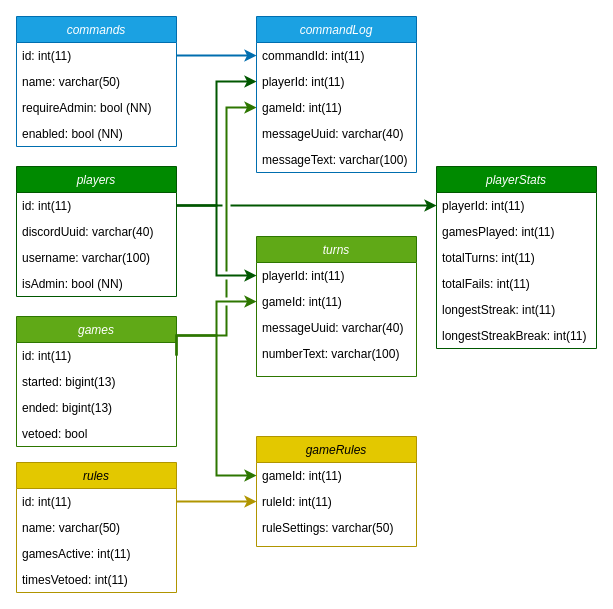
The draw.io diagram src/database/database.drawio in Zaptross/countula, before the edit. Source tidied: cells renumbered, new cells numbered last; positions are measured from the earlier drawing's top-left corner, leaving out a move shared by most shapes. Both pictures are drawn from the tidied source at 100%, with x=0, y=0 at pixel (16, 16).
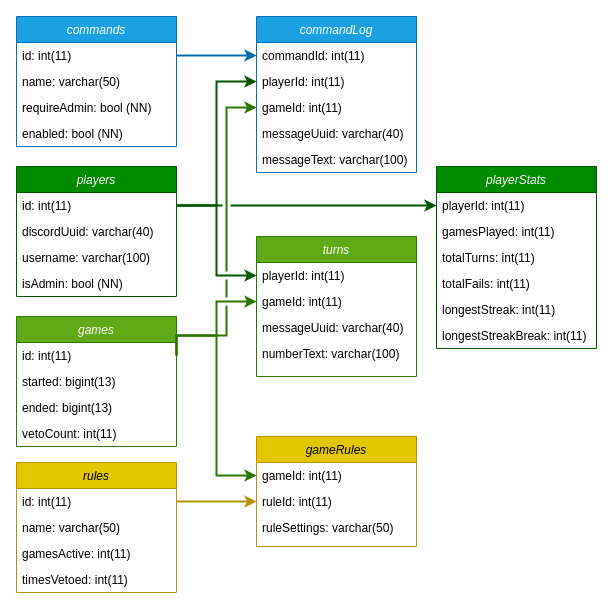
The same page after the edit.

Unchanged cells that the change refers to:
```xml
<mxCell id="7" value="games" style="swimlane;fontStyle=2;align=center;verticalAlign=top;horizontal=1;startSize=26;rounded=0;shadow=0;strokeWidth=1;fillColor=#60a917;fontColor=#ffffff;strokeColor=#2D7600;" parent="1" vertex="1">
  <mxGeometry y="300" width="160" height="130" as="geometry" />
</mxCell>
```

What changed in the source:
```diff
@@
-    <mxCell id="11" value="vetoed: bool" style="text;align=left;verticalAlign=top;spacingLeft=4;spacingRight=4;overflow=hidden;" parent="7" vertex="1">
+    <mxCell id="11" value="vetoCount: int(11)" style="text;align=left;verticalAlign=top;spacingLeft=4;spacingRight=4;overflow=hidden;" parent="7" vertex="1">
       <mxGeometry y="104" width="160" height="26" as="geometry" />
     </mxCell>
```
